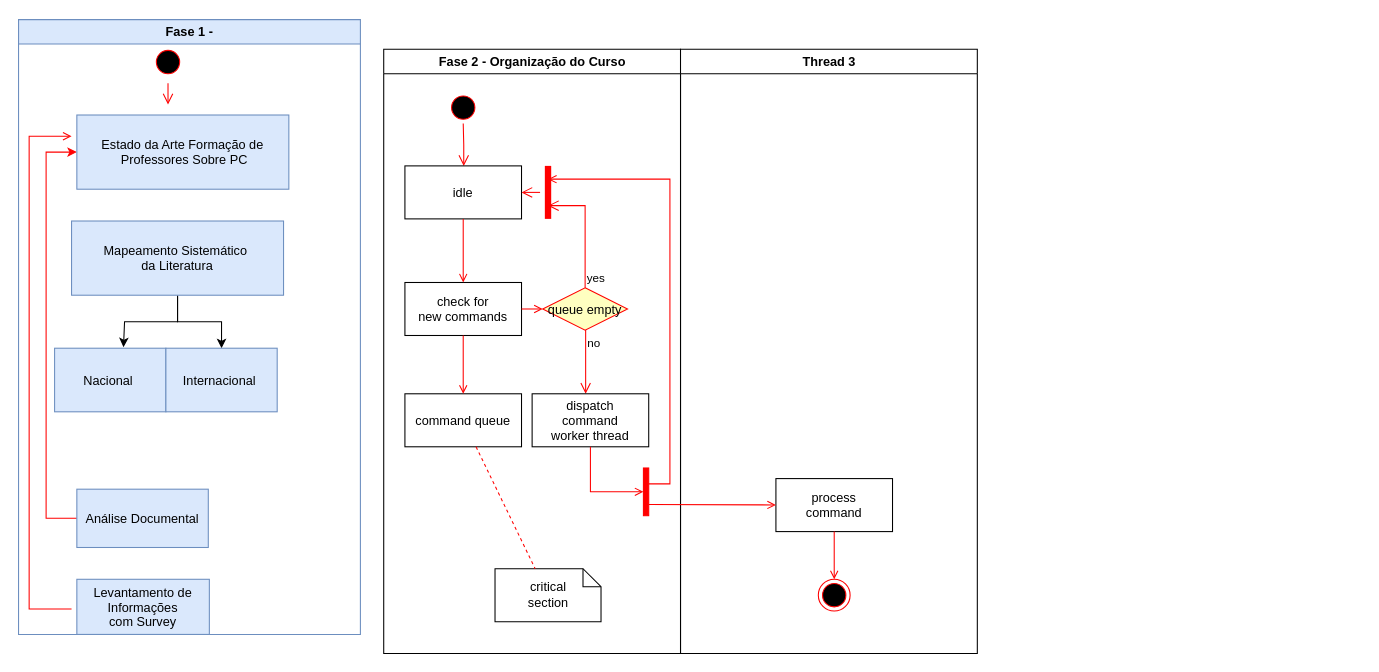
The draw.io diagram Diagrama formação continuada.drawio in RosianeSangali/RosianeSangali, before the edit. Source tidied: cells renumbered, new cells numbered last; positions are measured from the earlier drawing's top-left corner, leaving out a move shared by most shapes. Both pictures are drawn from the tidied source at 106%, with x=0, y=0 at pixel (18, 19).
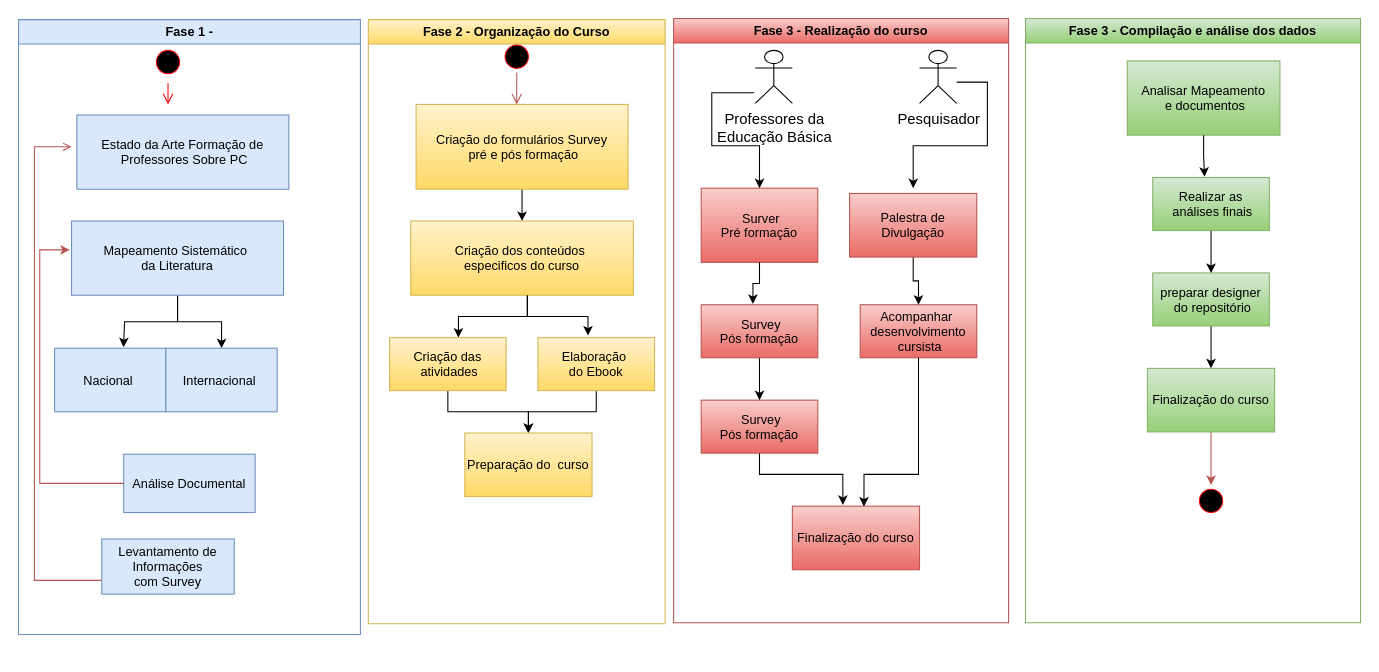
The same page after the edit.

Unchanged cells that the change refers to:
```xml
<mxCell id="2" value="Fase 1 -" style="swimlane;whiteSpace=wrap;startSize=23;fillColor=#dae8fc;strokeColor=#6c8ebf;" parent="1" vertex="1">
  <mxGeometry width="322.5" height="580" as="geometry" />
</mxCell>
<mxCell id="7" value="Mapeamento Sistemático &#10;da Literatura" style="fillColor=#dae8fc;strokeColor=#6c8ebf;" parent="2" vertex="1">
  <mxGeometry x="50" y="190" width="200" height="70" as="geometry" />
</mxCell>
<mxCell id="14" value="Estado da Arte Formação de&#10; Professores Sobre PC" style="fillColor=#dae8fc;strokeColor=#6c8ebf;" parent="2" vertex="1">
  <mxGeometry x="55" y="90" width="200" height="70" as="geometry" />
</mxCell>
```

What changed in the source:
```diff
@@
-    <mxCell id="9" style="edgeStyle=orthogonalEdgeStyle;rounded=0;jettySize=auto;html=1;entryX=0;entryY=0.5;entryDx=0;entryDy=0;fillColor=#FF0000;strokeColor=#FF0000;" parent="2" edge="1" source="10" target="14">
-      <mxGeometry relative="1" as="geometry">
-        <Array as="points">
-          <mxPoint x="26" y="471" />
-          <mxPoint x="26" y="125" />
-        </Array>
-      </mxGeometry>
-    </mxCell>
     <mxCell id="10" value="Análise Documental" style="fillColor=#dae8fc;strokeColor=#6c8ebf;" parent="2" vertex="1">
-      <mxGeometry x="55" y="443" width="124" height="55" as="geometry" />
+      <mxGeometry x="99.2" y="410" width="124" height="55" as="geometry" />
     </mxCell>
-    <mxCell id="11" style="edgeStyle=elbowEdgeStyle;elbow=horizontal;strokeColor=#FF0000;endArrow=open;endFill=1;rounded=0;" parent="2" edge="1">
+    <mxCell id="11" style="edgeStyle=elbowEdgeStyle;elbow=horizontal;strokeColor=#b85450;endArrow=open;endFill=1;rounded=0;exitX=0;exitY=0.75;exitDx=0;exitDy=0;fillColor=#f8cecc;gradientColor=#ea6b66;" parent="2" edge="1" source="13">
       <mxGeometry relative="1" as="geometry">
-        <mxPoint x="50" y="556" as="sourcePoint" />
-        <mxPoint x="50" y="110" as="targetPoint" />
+        <mxPoint x="50" y="120" as="targetPoint" />
         <Array as="points">
-          <mxPoint x="10" y="456" />
+          <mxPoint x="15" y="426" />
         </Array>
       </mxGeometry>
     </mxCell>
@@
     <mxCell id="13" value="Levantamento de&#10; Informações &#10;com Survey" style="fillColor=#dae8fc;strokeColor=#6c8ebf;" parent="2" vertex="1">
-      <mxGeometry x="55" y="528" width="125" height="52" as="geometry" />
+      <mxGeometry x="78.5" y="490" width="125" height="52" as="geometry" />
     </mxCell>
@@
+    <mxCell id="40" style="edgeStyle=orthogonalEdgeStyle;rounded=0;jettySize=auto;html=1;entryX=-0.008;entryY=0.389;entryDx=0;entryDy=0;entryPerimeter=0;fillColor=#f8cecc;gradientColor=#ea6b66;strokeColor=#b85450;" parent="2" edge="1" source="10" target="7">
+      <mxGeometry relative="1" as="geometry">
+        <Array as="points">
+          <mxPoint x="20" y="438" />
+          <mxPoint x="20" y="217" />
+        </Array>
+      </mxGeometry>
+    </mxCell>
-    <mxCell id="15" value="Fase 2 - Organização do Curso" style="swimlane;whiteSpace=wrap;" parent="1" vertex="1">
-      <mxGeometry x="344.5" y="28" width="280" height="570" as="geometry" />
+    <mxCell id="15" value="Fase 2 - Organização do Curso" style="swimlane;whiteSpace=wrap;fillColor=#fff2cc;strokeColor=#d6b656;gradientColor=#ffd966;" parent="1" vertex="1">
+      <mxGeometry x="330" width="280" height="570" as="geometry" />
     </mxCell>
     <mxCell id="16" style="ellipse;shape=startState;fillColor=#000000;strokeColor=#ff0000;" parent="15" vertex="1">
-      <mxGeometry x="60" y="40" width="30" height="30" as="geometry" />
+      <mxGeometry x="125" y="20" width="30" height="30" as="geometry" />
     </mxCell>
-    <mxCell id="17" style="edgeStyle=elbowEdgeStyle;elbow=horizontal;verticalAlign=bottom;endArrow=open;endSize=8;strokeColor=#FF0000;endFill=1;rounded=0;" parent="15" edge="1" source="16" target="18">
+    <mxCell id="17" style="edgeStyle=elbowEdgeStyle;elbow=horizontal;verticalAlign=bottom;endArrow=open;endSize=8;strokeColor=#b85450;endFill=1;rounded=0;fillColor=#f8cecc;gradientColor=#ea6b66;" parent="15" edge="1" source="16" target="18">
       <mxGeometry x="40" y="20" as="geometry" />
     </mxCell>
+    <mxCell id="20" style="edgeStyle=orthogonalEdgeStyle;rounded=0;jettySize=auto;html=1;" parent="15" edge="1" source="18" target="19">
+      <mxGeometry relative="1" as="geometry" />
+    </mxCell>
-    <mxCell id="18" value="idle" parent="15" vertex="1">
-      <mxGeometry x="20" y="110" width="110" height="50" as="geometry" />
+    <mxCell id="18" value="Criação do formulários Survey&#10; pré e pós formação" style="fillColor=#fff2cc;gradientColor=#ffd966;strokeColor=#d6b656;" parent="15" vertex="1">
+      <mxGeometry x="45" y="80" width="200" height="80" as="geometry" />
     </mxCell>
+    <mxCell id="41" style="edgeStyle=orthogonalEdgeStyle;rounded=0;orthogonalLoop=1;jettySize=auto;html=1;" parent="15" edge="1">
+      <mxGeometry relative="1" as="geometry">
+        <mxPoint x="150" y="250" as="sourcePoint" />
+        <mxPoint x="85" y="300" as="targetPoint" />
+        <Array as="points">
+          <mxPoint x="150" y="280" />
+          <mxPoint x="85" y="280" />
+        </Array>
+      </mxGeometry>
+    </mxCell>
-    <mxCell id="19" value="check for &#10;new commands" parent="15" vertex="1">
-      <mxGeometry x="20" y="220" width="110" height="50" as="geometry" />
+    <mxCell id="19" value="Criação dos conteúdos &#10;especificos do curso" style="fillColor=#fff2cc;gradientColor=#ffd966;strokeColor=#d6b656;" parent="15" vertex="1">
+      <mxGeometry x="40" y="190" width="210" height="70" as="geometry" />
     </mxCell>
-    <mxCell id="20" style="endArrow=open;strokeColor=#FF0000;endFill=1;rounded=0;" parent="15" edge="1" source="18" target="19">
-      <mxGeometry relative="1" as="geometry" />
-    </mxCell>
+    <mxCell id="42" style="edgeStyle=orthogonalEdgeStyle;rounded=0;jettySize=auto;html=1;" parent="15" edge="1" source="21" target="45">
+      <mxGeometry relative="1" as="geometry" />
+    </mxCell>
-    <mxCell id="21" value="command queue" parent="15" vertex="1">
-      <mxGeometry x="20" y="325" width="110" height="50" as="geometry" />
+    <mxCell id="21" value="Criação das&#10; atividades" style="fillColor=#fff2cc;gradientColor=#ffd966;strokeColor=#d6b656;" parent="15" vertex="1">
+      <mxGeometry x="20" y="300" width="110" height="50" as="geometry" />
     </mxCell>
-    <mxCell id="22" style="endArrow=open;strokeColor=#FF0000;endFill=1;rounded=0;" parent="15" edge="1" source="19" target="21">
-      <mxGeometry relative="1" as="geometry" />
-    </mxCell>
-    <mxCell id="23" value="queue empty" style="rhombus;fillColor=#ffffc0;strokeColor=#ff0000;" parent="15" vertex="1">
-      <mxGeometry x="150" y="225" width="80" height="40" as="geometry" />
-    </mxCell>
-    <mxCell id="24" value="yes" style="edgeStyle=elbowEdgeStyle;elbow=horizontal;align=left;verticalAlign=bottom;endArrow=open;endSize=8;strokeColor=#FF0000;exitX=0.5;exitY=0;endFill=1;rounded=0;entryX=0.75;entryY=0.5;entryPerimeter=0;" parent="15" edge="1" source="23" target="27">
-      <mxGeometry x="-1" relative="1" as="geometry">
-        <Array as="points">
-          <mxPoint x="190" y="180" />
-        </Array>
-      </mxGeometry>
-    </mxCell>
-    <mxCell id="25" value="no" style="edgeStyle=elbowEdgeStyle;elbow=horizontal;align=left;verticalAlign=top;endArrow=open;endSize=8;strokeColor=#FF0000;endFill=1;rounded=0;" parent="15" edge="1" source="23" target="29">
-      <mxGeometry x="-1" relative="1" as="geometry" />
-    </mxCell>
-    <mxCell id="26" style="endArrow=open;strokeColor=#FF0000;endFill=1;rounded=0;" parent="15" edge="1" source="19" target="23">
-      <mxGeometry relative="1" as="geometry" />
-    </mxCell>
-    <mxCell id="27" style="shape=line;strokeWidth=6;strokeColor=#ff0000;rotation=90;" parent="15" vertex="1">
-      <mxGeometry x="130" y="127.5" width="50" height="15" as="geometry" />
-    </mxCell>
-    <mxCell id="28" style="edgeStyle=elbowEdgeStyle;elbow=horizontal;verticalAlign=bottom;endArrow=open;endSize=8;strokeColor=#FF0000;endFill=1;rounded=0;" parent="15" edge="1" source="27" target="18">
-      <mxGeometry x="130" y="90" as="geometry" />
-    </mxCell>
+    <mxCell id="43" style="edgeStyle=orthogonalEdgeStyle;rounded=0;jettySize=auto;html=1;" parent="15" edge="1" source="29" target="45">
+      <mxGeometry relative="1" as="geometry" />
+    </mxCell>
-    <mxCell id="29" value="dispatch&#10;command&#10;worker thread" parent="15" vertex="1">
-      <mxGeometry x="140" y="325" width="110" height="50" as="geometry" />
+    <mxCell id="29" value="Elaboração &#10;do Ebook" style="fillColor=#fff2cc;gradientColor=#ffd966;strokeColor=#d6b656;" parent="15" vertex="1">
+      <mxGeometry x="160" y="300" width="110" height="50" as="geometry" />
     </mxCell>
-    <mxCell id="30" value="critical&#10;section" style="shape=note;whiteSpace=wrap;size=17;" parent="15" vertex="1">
-      <mxGeometry x="105" y="490" width="100" height="50" as="geometry" />
-    </mxCell>
-    <mxCell id="31" style="endArrow=none;strokeColor=#FF0000;endFill=0;rounded=0;dashed=1;" parent="15" edge="1" source="21" target="30">
-      <mxGeometry relative="1" as="geometry" />
-    </mxCell>
-    <mxCell id="32" style="whiteSpace=wrap;strokeColor=#FF0000;fillColor=#FF0000;" parent="15" vertex="1">
-      <mxGeometry x="245" y="395" width="5" height="45" as="geometry" />
-    </mxCell>
-    <mxCell id="33" style="edgeStyle=elbowEdgeStyle;elbow=horizontal;entryX=0;entryY=0.5;strokeColor=#FF0000;endArrow=open;endFill=1;rounded=0;" parent="15" edge="1" source="29" target="32">
-      <mxGeometry relative="1" as="geometry">
-        <Array as="points">
-          <mxPoint x="195" y="400" />
-        </Array>
-      </mxGeometry>
-    </mxCell>
+    <mxCell id="44" style="edgeStyle=orthogonalEdgeStyle;rounded=0;jettySize=auto;html=1;entryX=0.429;entryY=-0.04;entryDx=0;entryDy=0;entryPerimeter=0;" parent="15" edge="1" source="19" target="29">
+      <mxGeometry relative="1" as="geometry">
+        <Array as="points">
+          <mxPoint x="150" y="280" />
+          <mxPoint x="207" y="280" />
+        </Array>
+      </mxGeometry>
+    </mxCell>
+    <mxCell id="45" value="Preparação do&amp;nbsp; curso" style="rounded=0;whiteSpace=wrap;html=1;fillColor=#fff2cc;gradientColor=#ffd966;strokeColor=#d6b656;" parent="15" vertex="1">
+      <mxGeometry x="91" y="390" width="120" height="60" as="geometry" />
+    </mxCell>
-    <mxCell id="34" value="Thread 3" style="swimlane;whiteSpace=wrap;" parent="1" vertex="1">
-      <mxGeometry x="624.5" y="28" width="280" height="570" as="geometry" />
+    <mxCell id="34" value="Fase 3 - Realização do curso" style="swimlane;whiteSpace=wrap;fillColor=#f8cecc;gradientColor=#ea6b66;strokeColor=#b85450;" parent="1" vertex="1">
+      <mxGeometry x="618" y="-1" width="316" height="570" as="geometry" />
     </mxCell>
-    <mxCell id="35" value="process&#10;command" parent="34" vertex="1">
-      <mxGeometry x="90" y="405" width="110" height="50" as="geometry" />
-    </mxCell>
-    <mxCell id="36" style="edgeStyle=elbowEdgeStyle;elbow=horizontal;strokeColor=#FF0000;endArrow=open;endFill=1;rounded=0;entryX=0.25;entryY=0.5;entryPerimeter=0;" parent="34" edge="1" target="27">
-      <mxGeometry relative="1" as="geometry">
-        <mxPoint x="-30" y="410" as="sourcePoint" />
-        <Array as="points">
-          <mxPoint x="-10" y="135" />
-        </Array>
-      </mxGeometry>
-    </mxCell>
-    <mxCell id="37" style="edgeStyle=none;strokeColor=#FF0000;endArrow=open;endFill=1;rounded=0;" parent="34" edge="1" target="35">
-      <mxGeometry relative="1" as="geometry">
-        <mxPoint x="-30" y="429.5" as="sourcePoint" />
-      </mxGeometry>
-    </mxCell>
-    <mxCell id="38" style="ellipse;shape=endState;fillColor=#000000;strokeColor=#ff0000;" parent="34" vertex="1">
-      <mxGeometry x="130" y="500" width="30" height="30" as="geometry" />
-    </mxCell>
-    <mxCell id="39" style="endArrow=open;strokeColor=#FF0000;endFill=1;rounded=0;" parent="34" edge="1" source="35" target="38">
-      <mxGeometry relative="1" as="geometry" />
-    </mxCell>
+    <mxCell id="46" value=" Surver&#10;Pré formação" style="fillColor=#f8cecc;gradientColor=#ea6b66;strokeColor=#b85450;" parent="34" vertex="1">
+      <mxGeometry x="26" y="160" width="110" height="70" as="geometry" />
+    </mxCell>
+    <mxCell id="47" value="Acompanhar &#10;desenvolvimento&#10; cursista" style="fillColor=#f8cecc;gradientColor=#ea6b66;strokeColor=#b85450;" parent="34" vertex="1">
+      <mxGeometry x="176" y="270" width="110" height="50" as="geometry" />
+    </mxCell>
+    <mxCell id="48" value=" Survey&#10;Pós formação" style="fillColor=#f8cecc;gradientColor=#ea6b66;strokeColor=#b85450;" parent="34" vertex="1">
+      <mxGeometry x="26" y="360" width="110" height="50" as="geometry" />
+    </mxCell>
+    <mxCell id="49" value="Finalização do curso" style="rounded=0;whiteSpace=wrap;html=1;fillColor=#f8cecc;gradientColor=#ea6b66;strokeColor=#b85450;" parent="34" vertex="1">
+      <mxGeometry x="112" y="460" width="120" height="60" as="geometry" />
+    </mxCell>
+    <mxCell id="50" style="edgeStyle=orthogonalEdgeStyle;rounded=0;jettySize=auto;html=1;" parent="34" edge="1" target="46">
+      <mxGeometry relative="1" as="geometry">
+        <mxPoint x="76" y="70" as="sourcePoint" />
+        <Array as="points">
+          <mxPoint x="36" y="70" />
+          <mxPoint x="36" y="120" />
+          <mxPoint x="81" y="120" />
+        </Array>
+      </mxGeometry>
+    </mxCell>
+    <mxCell id="51" value="&lt;font style=&quot;font-size: 14px;&quot;&gt;Professores da&lt;/font&gt;&lt;div&gt;&lt;font style=&quot;font-size: 14px;&quot;&gt;Educação&amp;nbsp;Básica&lt;/font&gt;&lt;/div&gt;" style="shape=umlActor;verticalLabelPosition=bottom;verticalAlign=top;html=1;" parent="34" vertex="1">
+      <mxGeometry x="77" y="30" width="35" height="50" as="geometry" />
+    </mxCell>
+    <mxCell id="52" style="edgeStyle=orthogonalEdgeStyle;rounded=0;jettySize=auto;html=1;entryX=0.5;entryY=0;entryDx=0;entryDy=0;" parent="34" edge="1" source="53" target="47">
+      <mxGeometry relative="1" as="geometry" />
+    </mxCell>
+    <mxCell id="53" value="Palestra de Divulgação" style="rounded=0;whiteSpace=wrap;html=1;fillColor=#f8cecc;gradientColor=#ea6b66;strokeColor=#b85450;" parent="34" vertex="1">
+      <mxGeometry x="166" y="165" width="120" height="60" as="geometry" />
+    </mxCell>
+    <mxCell id="54" style="edgeStyle=orthogonalEdgeStyle;rounded=0;jettySize=auto;html=1;" parent="34" edge="1" source="55">
+      <mxGeometry relative="1" as="geometry">
+        <mxPoint x="226" y="160" as="targetPoint" />
+        <Array as="points">
+          <mxPoint x="296" y="60" />
+          <mxPoint x="296" y="120" />
+          <mxPoint x="226" y="120" />
+        </Array>
+      </mxGeometry>
+    </mxCell>
+    <mxCell id="55" value="&lt;span style=&quot;font-size: 14px;&quot;&gt;Pesquisador&lt;/span&gt;" style="shape=umlActor;verticalLabelPosition=bottom;verticalAlign=top;html=1;" parent="34" vertex="1">
+      <mxGeometry x="232" y="30" width="35" height="50" as="geometry" />
+    </mxCell>
+    <mxCell id="56" style="edgeStyle=orthogonalEdgeStyle;rounded=0;jettySize=auto;html=1;" parent="34" edge="1" source="57" target="48">
+      <mxGeometry relative="1" as="geometry" />
+    </mxCell>
+    <mxCell id="57" value=" Survey&#10;Pós formação" style="fillColor=#f8cecc;gradientColor=#ea6b66;strokeColor=#b85450;" parent="34" vertex="1">
+      <mxGeometry x="26" y="270" width="110" height="50" as="geometry" />
+    </mxCell>
+    <mxCell id="58" style="edgeStyle=orthogonalEdgeStyle;rounded=0;jettySize=auto;html=1;entryX=0.397;entryY=-0.02;entryDx=0;entryDy=0;entryPerimeter=0;" parent="34" edge="1" source="48" target="49">
+      <mxGeometry relative="1" as="geometry">
+        <Array as="points">
+          <mxPoint x="81" y="430" />
+          <mxPoint x="160" y="430" />
+        </Array>
+      </mxGeometry>
+    </mxCell>
+    <mxCell id="59" style="edgeStyle=orthogonalEdgeStyle;rounded=0;jettySize=auto;html=1;entryX=0.444;entryY=-0.016;entryDx=0;entryDy=0;entryPerimeter=0;" parent="34" edge="1" source="46" target="57">
+      <mxGeometry relative="1" as="geometry" />
+    </mxCell>
+    <mxCell id="60" style="edgeStyle=orthogonalEdgeStyle;rounded=0;jettySize=auto;html=1;entryX=0.563;entryY=0.007;entryDx=0;entryDy=0;entryPerimeter=0;" parent="34" edge="1" source="47" target="49">
+      <mxGeometry relative="1" as="geometry">
+        <Array as="points">
+          <mxPoint x="231" y="430" />
+          <mxPoint x="180" y="430" />
+        </Array>
+      </mxGeometry>
+    </mxCell>
+    <mxCell id="61" value="Fase 3 - Compilação e análise dos dados" style="swimlane;whiteSpace=wrap;fillColor=#d5e8d4;gradientColor=#97d077;strokeColor=#82b366;" parent="1" vertex="1">
+      <mxGeometry x="950" y="-1" width="316" height="570" as="geometry" />
+    </mxCell>
+    <mxCell id="62" value="Analisar Mapeamento&#10; e documentos" style="fillColor=#d5e8d4;gradientColor=#97d077;strokeColor=#82b366;" parent="61" vertex="1">
+      <mxGeometry x="96" y="40" width="144" height="70" as="geometry" />
+    </mxCell>
+    <mxCell id="63" style="edgeStyle=orthogonalEdgeStyle;rounded=0;jettySize=auto;html=1;" parent="61" edge="1" source="64" target="66">
+      <mxGeometry relative="1" as="geometry" />
+    </mxCell>
+    <mxCell id="64" value="preparar designer&#10; do repositório" style="fillColor=#d5e8d4;gradientColor=#97d077;strokeColor=#82b366;" parent="61" vertex="1">
+      <mxGeometry x="120" y="240" width="110" height="50" as="geometry" />
+    </mxCell>
+    <mxCell id="65" style="edgeStyle=orthogonalEdgeStyle;rounded=0;jettySize=auto;html=1;fillColor=#f8cecc;gradientColor=#ea6b66;strokeColor=#b85450;" parent="61" edge="1" source="66" target="70">
+      <mxGeometry relative="1" as="geometry" />
+    </mxCell>
+    <mxCell id="66" value="Finalização do curso" style="rounded=0;whiteSpace=wrap;html=1;fillColor=#d5e8d4;gradientColor=#97d077;strokeColor=#82b366;" parent="61" vertex="1">
+      <mxGeometry x="115" y="330" width="120" height="60" as="geometry" />
+    </mxCell>
+    <mxCell id="67" style="edgeStyle=orthogonalEdgeStyle;rounded=0;jettySize=auto;html=1;" parent="61" edge="1" source="68" target="64">
+      <mxGeometry relative="1" as="geometry" />
+    </mxCell>
+    <mxCell id="68" value="Realizar as&#10; análises finais" style="fillColor=#d5e8d4;gradientColor=#97d077;strokeColor=#82b366;" parent="61" vertex="1">
+      <mxGeometry x="120" y="150" width="110" height="50" as="geometry" />
+    </mxCell>
+    <mxCell id="69" style="edgeStyle=orthogonalEdgeStyle;rounded=0;jettySize=auto;html=1;entryX=0.444;entryY=-0.016;entryDx=0;entryDy=0;entryPerimeter=0;" parent="61" edge="1" source="62" target="68">
+      <mxGeometry relative="1" as="geometry" />
+    </mxCell>
+    <mxCell id="70" style="ellipse;shape=startState;fillColor=#000000;strokeColor=#ff0000;" parent="61" vertex="1">
+      <mxGeometry x="160" y="440" width="30" height="30" as="geometry" />
+    </mxCell>
```
